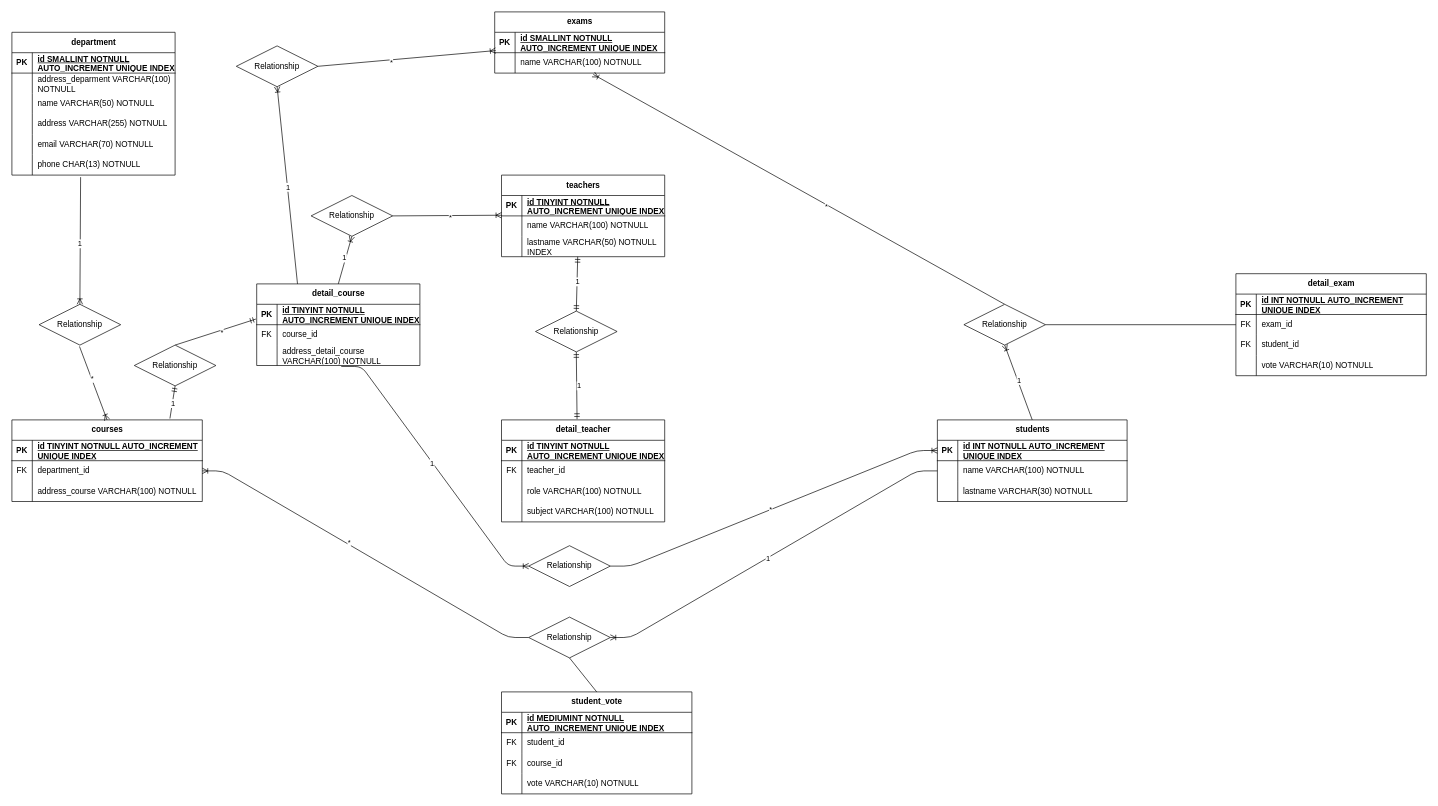
Before: university-scheme.drawio in nicoladomingorizzo/db-university, a draw.io diagram. Source tidied: cells renumbered, new cells numbered last; positions are measured from the earlier drawing's top-left corner, leaving out a move shared by most shapes. Both pictures are drawn from the tidied source at 68%, with x=0, y=0 at pixel (12, 12).
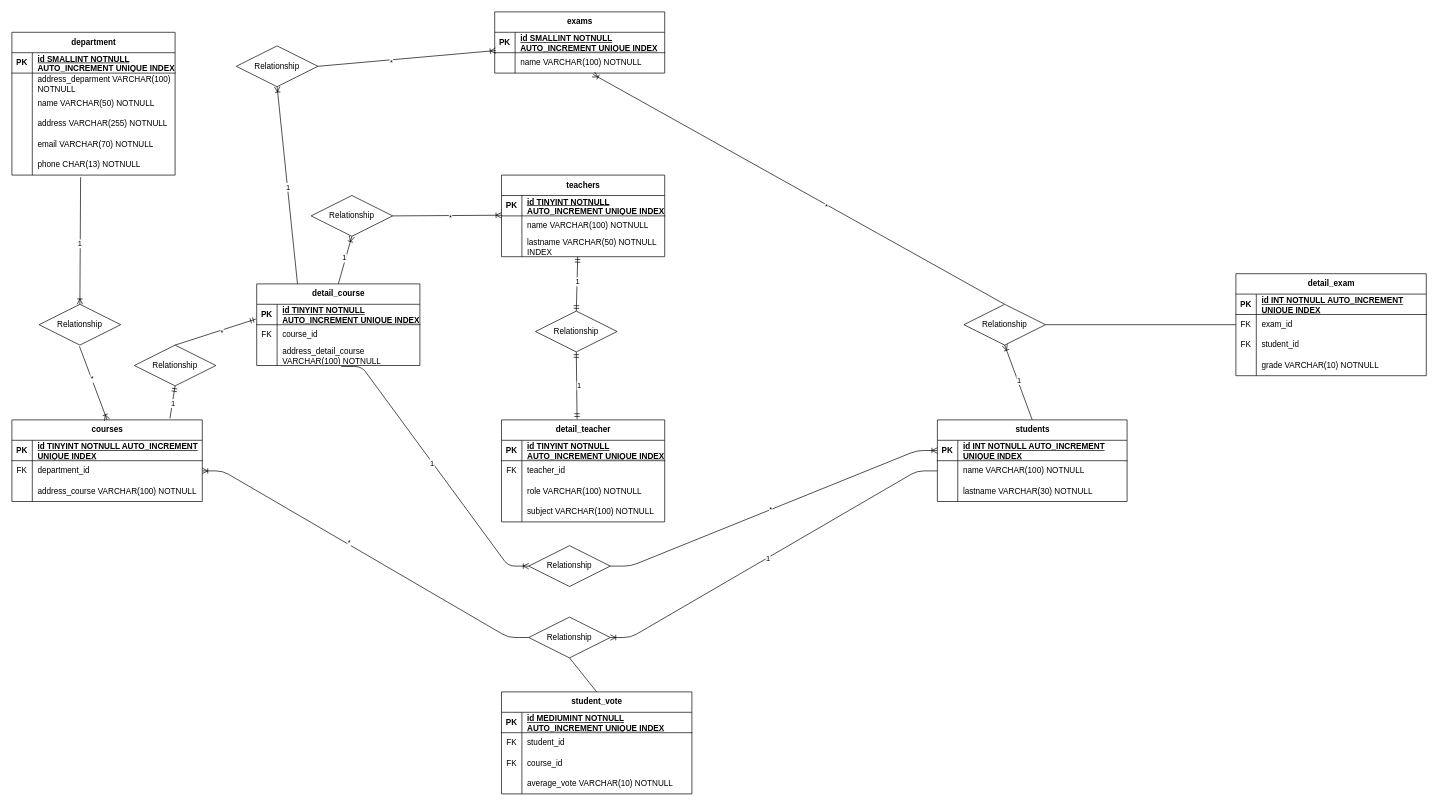
The same diagram, later.

Commit message (it also covers changes not shown here):
Rename vote field to grade and average_vote to average_grade in README

The change refers to these unchanged cells:
```xml
<mxCell id="91" style="shape=tableRow;horizontal=0;startSize=0;swimlaneHead=0;swimlaneBody=0;fillColor=none;top=0;left=0;right=0;bottom=0;" parent="81" vertex="1">
  <mxGeometry y="120" width="280" height="30" as="geometry" />
</mxCell>
<mxCell id="104" style="shape=tableRow;horizontal=0;startSize=0;swimlaneHead=0;swimlaneBody=0;fillColor=none;top=0;left=0;right=0;bottom=0;" parent="94" vertex="1">
  <mxGeometry y="120" width="280" height="30" as="geometry" />
</mxCell>
```

Change to the diagram source:
```diff
@@
-    <mxCell id="93" value="vote VARCHAR(10) NOTNULL" style="shape=partialRectangle;fillColor=none;top=0;left=0;bottom=0;right=0;align=left;spacingLeft=6;overflow=hidden;whiteSpace=wrap;html=1;" parent="91" vertex="1">
+    <mxCell id="93" value="grade VARCHAR(10) NOTNULL" style="shape=partialRectangle;fillColor=none;top=0;left=0;bottom=0;right=0;align=left;spacingLeft=6;overflow=hidden;whiteSpace=wrap;html=1;" parent="91" vertex="1">
       <mxGeometry x="30" width="250" height="30" as="geometry" />
     </mxCell>
@@
-    <mxCell id="106" value="vote VARCHAR(10) NOTNULL" style="shape=partialRectangle;fillColor=none;top=0;left=0;bottom=0;right=0;align=left;spacingLeft=6;overflow=hidden;whiteSpace=wrap;html=1;" parent="104" vertex="1">
+    <mxCell id="106" value="average_vote VARCHAR(10) NOTNULL" style="shape=partialRectangle;fillColor=none;top=0;left=0;bottom=0;right=0;align=left;spacingLeft=6;overflow=hidden;whiteSpace=wrap;html=1;" parent="104" vertex="1">
       <mxGeometry x="30" width="250" height="30" as="geometry" />
     </mxCell>
```
